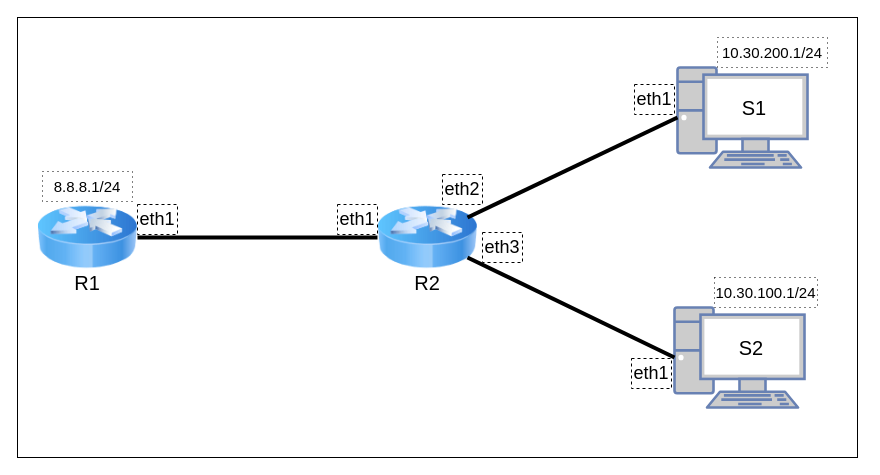
The draw.io diagram 10_ACL/Attached_materials/10_ACL_work.drawio in UsamG1t/Nets_ASVK_Labs, before the edit. Source tidied: cells renumbered, new cells numbered last; positions are measured from the earlier drawing's top-left corner, leaving out a move shared by most shapes. Both pictures are drawn from the tidied source at 100%, with x=0, y=0 at pixel (17, 17).
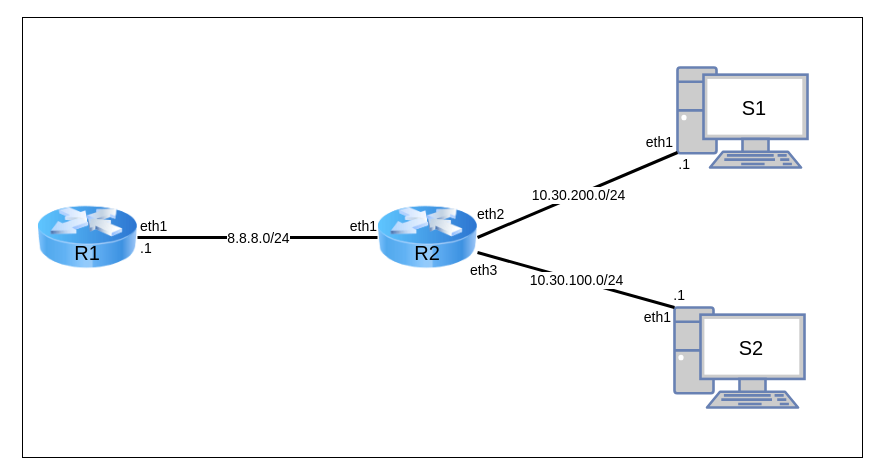
After the change.

The change refers to these unchanged cells:
```xml
<mxCell id="3" style="image;html=1;image=img/lib/clip_art/networking/Router_Icon_128x128.png;" parent="1" vertex="1">
  <mxGeometry x="20" y="170" width="100" height="100" as="geometry" />
</mxCell>
<mxCell id="4" style="image;html=1;image=img/lib/clip_art/networking/Router_Icon_128x128.png;" parent="1" vertex="1">
  <mxGeometry x="360" y="170" width="100" height="100" as="geometry" />
</mxCell>
<mxCell id="5" style="fontColor=#0066CC;verticalAlign=top;verticalLabelPosition=bottom;labelPosition=center;align=center;html=1;outlineConnect=0;fillColor=#CCCCCC;strokeColor=#6881B3;gradientColor=none;gradientDirection=north;strokeWidth=2;shape=mxgraph.networks.pc;" parent="1" vertex="1">
  <mxGeometry x="660" y="50" width="130" height="100" as="geometry" />
</mxCell>
<mxCell id="8" style="fontColor=#0066CC;verticalAlign=top;verticalLabelPosition=bottom;labelPosition=center;align=center;html=1;outlineConnect=0;fillColor=#CCCCCC;strokeColor=#6881B3;gradientColor=none;gradientDirection=north;strokeWidth=2;shape=mxgraph.networks.pc;" parent="1" vertex="1">
  <mxGeometry x="657" y="290" width="130" height="100" as="geometry" />
</mxCell>
```

Diff of the diagram source:
```diff
@@
     <mxCell id="2" style="rounded=0;whiteSpace=wrap;html=1;fillColor=#FFFFFF;" parent="1" vertex="1">
-      <mxGeometry width="840" height="440" as="geometry" />
+      <mxGeometry x="5" width="840" height="440" as="geometry" />
     </mxCell>
@@
-    <mxCell id="6" value="&lt;font style=&quot;font-size: 20px; color: rgb(0, 0, 0);&quot;&gt;S1&lt;/font&gt;" style="text;html=1;align=center;verticalAlign=middle;whiteSpace=wrap;rounded=0;strokeColor=none;strokeWidth=0;dashed=1;dashPattern=8 8;" parent="1" vertex="1">
+    <mxCell id="6" value="&lt;font style=&quot;color: rgb(0, 0, 0); font-size: 20px;&quot;&gt;S1&lt;/font&gt;" style="text;html=1;align=center;verticalAlign=middle;whiteSpace=wrap;rounded=0;strokeColor=none;strokeWidth=0;dashed=1;dashPattern=8 8;" parent="1" vertex="1">
       <mxGeometry x="687" y="60" width="100" height="60" as="geometry" />
     </mxCell>
-    <mxCell id="7" value="&lt;font style=&quot;font-size: 15px; color: rgb(0, 0, 0);&quot;&gt;10.30.200.1/24&lt;/font&gt;" style="text;html=1;align=center;verticalAlign=middle;whiteSpace=wrap;rounded=0;dashed=1;dashPattern=1 4;strokeColor=#000000;" parent="1" vertex="1">
-      <mxGeometry x="700" y="20" width="110" height="30" as="geometry" />
-    </mxCell>
@@
-    <mxCell id="9" value="&lt;font style=&quot;font-size: 20px; color: rgb(0, 0, 0);&quot;&gt;S2&lt;/font&gt;" style="text;html=1;align=center;verticalAlign=middle;whiteSpace=wrap;rounded=0;strokeColor=none;strokeWidth=0;dashed=1;dashPattern=8 8;" parent="1" vertex="1">
+    <mxCell id="9" value="&lt;font style=&quot;color: rgb(0, 0, 0); font-size: 20px;&quot;&gt;S2&lt;/font&gt;" style="text;html=1;align=center;verticalAlign=middle;whiteSpace=wrap;rounded=0;strokeColor=none;strokeWidth=0;dashed=1;dashPattern=8 8;" parent="1" vertex="1">
       <mxGeometry x="684" y="300" width="100" height="60" as="geometry" />
     </mxCell>
-    <mxCell id="10" value="&lt;font style=&quot;font-size: 15px; color: rgb(0, 0, 0);&quot;&gt;10.30.100.1/24&lt;/font&gt;" style="text;html=1;align=center;verticalAlign=middle;whiteSpace=wrap;rounded=0;dashed=1;dashPattern=1 4;strokeColor=#000000;" parent="1" vertex="1">
-      <mxGeometry x="697" y="260" width="103" height="30" as="geometry" />
-    </mxCell>
-    <mxCell id="11" style="endArrow=none;html=1;rounded=0;strokeColor=#000000;strokeWidth=4;entryX=0;entryY=0.5;entryDx=0;entryDy=0;exitX=1;exitY=0.5;exitDx=0;exitDy=0;" parent="1" edge="1" source="3" target="4">
-      <mxGeometry relative="1" as="geometry" />
-    </mxCell>
-    <mxCell id="12" style="endArrow=none;html=1;rounded=0;strokeColor=#000000;strokeWidth=4;entryX=0;entryY=0.5;entryDx=0;entryDy=0;exitX=0.9;exitY=0.3;exitDx=0;exitDy=0;entryPerimeter=0;exitPerimeter=0;" parent="1" edge="1" source="4" target="5">
-      <mxGeometry relative="1" as="geometry" />
-    </mxCell>
-    <mxCell id="13" style="endArrow=none;html=1;rounded=0;strokeColor=#000000;strokeWidth=4;entryX=0;entryY=0.5;entryDx=0;entryDy=0;exitX=0.9;exitY=0.7;exitDx=0;exitDy=0;entryPerimeter=0;exitPerimeter=0;" parent="1" edge="1" source="4" target="8">
-      <mxGeometry relative="1" as="geometry" />
-    </mxCell>
-    <mxCell id="14" value="&lt;font style=&quot;font-size: 15px; color: rgb(0, 0, 0);&quot;&gt;8.8.8.1/24&lt;/font&gt;" style="text;html=1;align=center;verticalAlign=middle;whiteSpace=wrap;rounded=0;dashed=1;dashPattern=1 4;strokeColor=#000000;" parent="1" vertex="1">
-      <mxGeometry x="25" y="154" width="90" height="30" as="geometry" />
-    </mxCell>
     <mxCell id="15" value="&lt;font style=&quot;font-size: 20px; color: rgb(0, 0, 0);&quot;&gt;R1&lt;/font&gt;" style="text;html=1;align=center;verticalAlign=middle;whiteSpace=wrap;rounded=0;strokeColor=none;strokeWidth=0;dashed=1;dashPattern=8 8;" parent="1" vertex="1">
-      <mxGeometry x="20" y="250" width="100" height="30" as="geometry" />
+      <mxGeometry x="20" y="220" width="100" height="30" as="geometry" />
     </mxCell>
     <mxCell id="16" value="&lt;font style=&quot;font-size: 20px; color: rgb(0, 0, 0);&quot;&gt;R2&lt;/font&gt;" style="text;html=1;align=center;verticalAlign=middle;whiteSpace=wrap;rounded=0;strokeColor=none;strokeWidth=0;dashed=1;dashPattern=8 8;" parent="1" vertex="1">
-      <mxGeometry x="360" y="250" width="100" height="30" as="geometry" />
+      <mxGeometry x="360" y="220" width="100" height="30" as="geometry" />
     </mxCell>
-    <mxCell id="17" value="&lt;font style=&quot;color: rgb(0, 0, 0); font-size: 18px;&quot;&gt;eth1&lt;/font&gt;" style="text;html=1;align=center;verticalAlign=middle;whiteSpace=wrap;rounded=0;strokeColor=#000000;dashed=1;" parent="1" vertex="1">
-      <mxGeometry x="120" y="187" width="40" height="30" as="geometry" />
-    </mxCell>
-    <mxCell id="18" value="&lt;font style=&quot;color: rgb(0, 0, 0); font-size: 18px;&quot;&gt;eth1&lt;/font&gt;" style="text;html=1;align=center;verticalAlign=middle;whiteSpace=wrap;rounded=0;strokeColor=#000000;dashed=1;" parent="1" vertex="1">
-      <mxGeometry x="320" y="187" width="40" height="30" as="geometry" />
-    </mxCell>
+    <mxCell id="11" style="endArrow=none;html=1;rounded=0;strokeWidth=3;endFill=0;strokeColor=#000000;exitX=1;exitY=0.5;exitDx=0;exitDy=0;entryX=0;entryY=0.5;entryDx=0;entryDy=0;" parent="1" edge="1" source="3" target="4">
+      <mxGeometry relative="1" as="geometry" />
+    </mxCell>
+    <mxCell id="23" value="8.8.8.0/24" style="edgeLabel;html=1;align=center;verticalAlign=middle;fontSize=14;" parent="11" vertex="1">
+      <mxGeometry relative="1" as="geometry" />
+    </mxCell>
+    <mxCell id="24" value="eth1" style="edgeLabel;html=1;align=left;verticalAlign=bottom;fontSize=14;" parent="11" vertex="1">
+      <mxGeometry x="-1" relative="1" as="geometry">
+        <mxPoint x="1" y="-1" as="offset" />
+      </mxGeometry>
+    </mxCell>
+    <mxCell id="25" value="eth1" style="edgeLabel;html=1;align=right;verticalAlign=bottom;fontSize=14;" parent="11" vertex="1">
+      <mxGeometry x="1" relative="1" as="geometry">
+        <mxPoint y="-1" as="offset" />
+      </mxGeometry>
+    </mxCell>
+    <mxCell id="12" style="endArrow=none;html=1;rounded=0;strokeWidth=3;endFill=0;strokeColor=#000000;exitX=1;exitY=0.5;exitDx=0;exitDy=0;entryX=0;entryY=0.85;entryDx=0;entryDy=0;entryPerimeter=0;" parent="1" edge="1" source="4" target="5">
+      <mxGeometry relative="1" as="geometry" />
+    </mxCell>
+    <mxCell id="26" value="10.30.200.0/24" style="edgeLabel;html=1;align=center;verticalAlign=middle;fontSize=14;" parent="12" vertex="1">
+      <mxGeometry relative="1" as="geometry" />
+    </mxCell>
-    <mxCell id="19" value="&lt;font style=&quot;color: rgb(0, 0, 0); font-size: 18px;&quot;&gt;eth2&lt;/font&gt;" style="text;html=1;align=center;verticalAlign=middle;whiteSpace=wrap;rounded=0;strokeColor=#000000;dashed=1;" parent="1" vertex="1">
-      <mxGeometry x="425" y="157" width="40" height="30" as="geometry" />
+    <mxCell id="19" value="eth2" style="edgeLabel;html=1;align=left;verticalAlign=bottom;fontSize=14;" parent="12" vertex="1">
+      <mxGeometry x="-1" relative="1" as="geometry">
+        <mxPoint x="-2" y="-13" as="offset" />
+      </mxGeometry>
     </mxCell>
+    <mxCell id="27" value="eth1" style="edgeLabel;html=1;align=right;verticalAlign=bottom;fontSize=14;" parent="12" vertex="1">
+      <mxGeometry x="1" relative="1" as="geometry">
+        <mxPoint x="-4" as="offset" />
+      </mxGeometry>
+    </mxCell>
+    <mxCell id="28" style="endArrow=none;html=1;rounded=0;strokeWidth=3;endFill=0;strokeColor=#000000;exitX=1;exitY=0.5;exitDx=0;exitDy=0;entryX=0;entryY=0;entryDx=0;entryDy=0;entryPerimeter=0;" parent="1" edge="1" source="16" target="8">
+      <mxGeometry relative="1" as="geometry" />
+    </mxCell>
+    <mxCell id="29" value="10.30.100.0/24" style="edgeLabel;html=1;align=center;verticalAlign=middle;fontSize=14;" parent="28" vertex="1">
+      <mxGeometry relative="1" as="geometry" />
+    </mxCell>
-    <mxCell id="20" value="&lt;font style=&quot;color: rgb(0, 0, 0); font-size: 18px;&quot;&gt;eth3&lt;/font&gt;" style="text;html=1;align=center;verticalAlign=middle;whiteSpace=wrap;rounded=0;strokeColor=#000000;dashed=1;" parent="1" vertex="1">
-      <mxGeometry x="465" y="215" width="40" height="30" as="geometry" />
+    <mxCell id="20" value="eth3" style="edgeLabel;html=1;align=left;verticalAlign=bottom;fontSize=14;" parent="28" vertex="1">
+      <mxGeometry x="-1" relative="1" as="geometry">
+        <mxPoint x="-9" y="28" as="offset" />
+      </mxGeometry>
     </mxCell>
-    <mxCell id="21" value="&lt;font style=&quot;color: rgb(0, 0, 0); font-size: 18px;&quot;&gt;eth1&lt;/font&gt;" style="text;html=1;align=center;verticalAlign=middle;whiteSpace=wrap;rounded=0;strokeColor=#000000;dashed=1;" parent="1" vertex="1">
-      <mxGeometry x="617" y="67" width="40" height="30" as="geometry" />
-    </mxCell>
-    <mxCell id="22" value="&lt;font style=&quot;color: rgb(0, 0, 0); font-size: 18px;&quot;&gt;eth1&lt;/font&gt;" style="text;html=1;align=center;verticalAlign=middle;whiteSpace=wrap;rounded=0;strokeColor=#000000;dashed=1;" parent="1" vertex="1">
-      <mxGeometry x="614" y="341" width="40" height="30" as="geometry" />
-    </mxCell>
+    <mxCell id="30" value="eth1" style="edgeLabel;html=1;align=right;verticalAlign=bottom;fontSize=14;" parent="28" vertex="1">
+      <mxGeometry x="1" relative="1" as="geometry">
+        <mxPoint x="-3" y="20" as="offset" />
+      </mxGeometry>
+    </mxCell>
+    <mxCell id="31" value=".1" style="edgeLabel;html=1;align=left;verticalAlign=bottom;fontSize=14;" parent="1" vertex="1">
+      <mxGeometry x="121" y="241" as="geometry" />
+    </mxCell>
+    <mxCell id="32" value=".1" style="edgeLabel;html=1;align=right;verticalAlign=bottom;fontSize=14;" parent="1" vertex="1">
+      <mxGeometry x="673" y="157" as="geometry" />
+    </mxCell>
+    <mxCell id="33" value=".1" style="edgeLabel;html=1;align=right;verticalAlign=bottom;fontSize=14;" parent="1" vertex="1">
+      <mxGeometry x="668" y="288" as="geometry" />
+    </mxCell>
```
